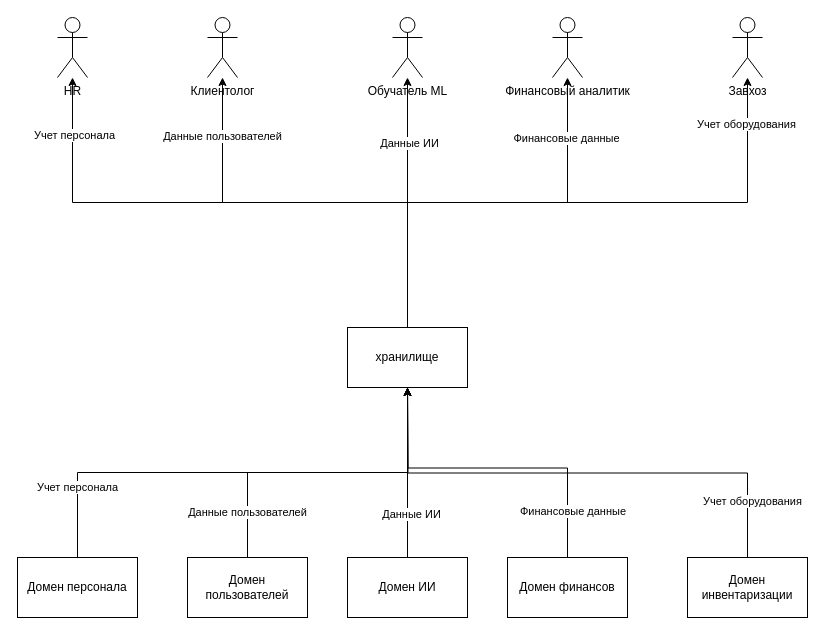
Above: Task2/dataflow.drawio in StarchenkovYaroslav/architecture-future_2_0 (draw.io), before the change. Source tidied: cells renumbered, new cells numbered last; positions are measured from the earlier drawing's top-left corner, leaving out a move shared by most shapes. Both pictures are drawn from the tidied source at 100%, with x=0, y=0 at pixel (17, 17).
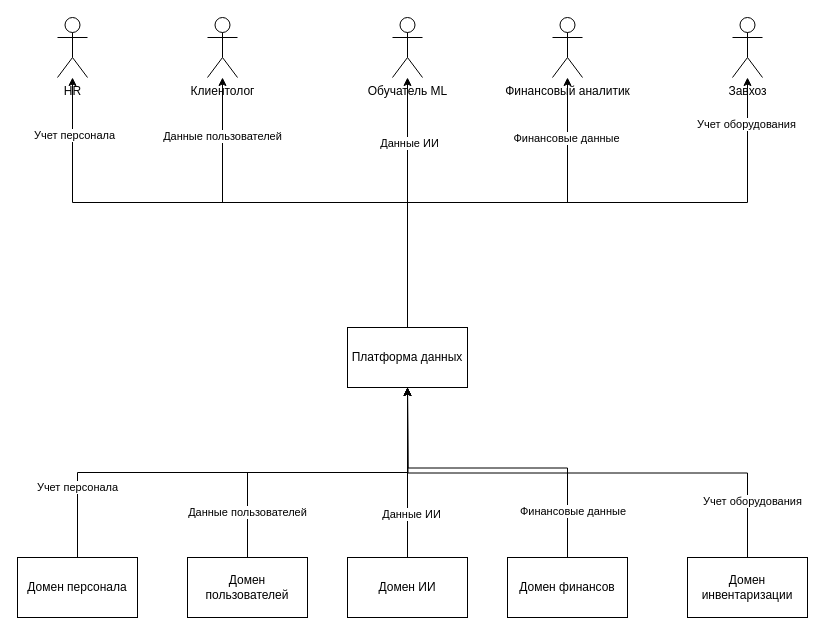
The same page after the edit.

Diff of the diagram source:
```diff
@@
-    <mxCell id="27" value="хранилище" style="rounded=0;whiteSpace=wrap;html=1;" parent="1" vertex="1">
+    <mxCell id="27" value="Платформа данных" style="rounded=0;whiteSpace=wrap;html=1;" parent="1" vertex="1">
       <mxGeometry x="330" y="310" width="120" height="60" as="geometry" />
     </mxCell>
```
